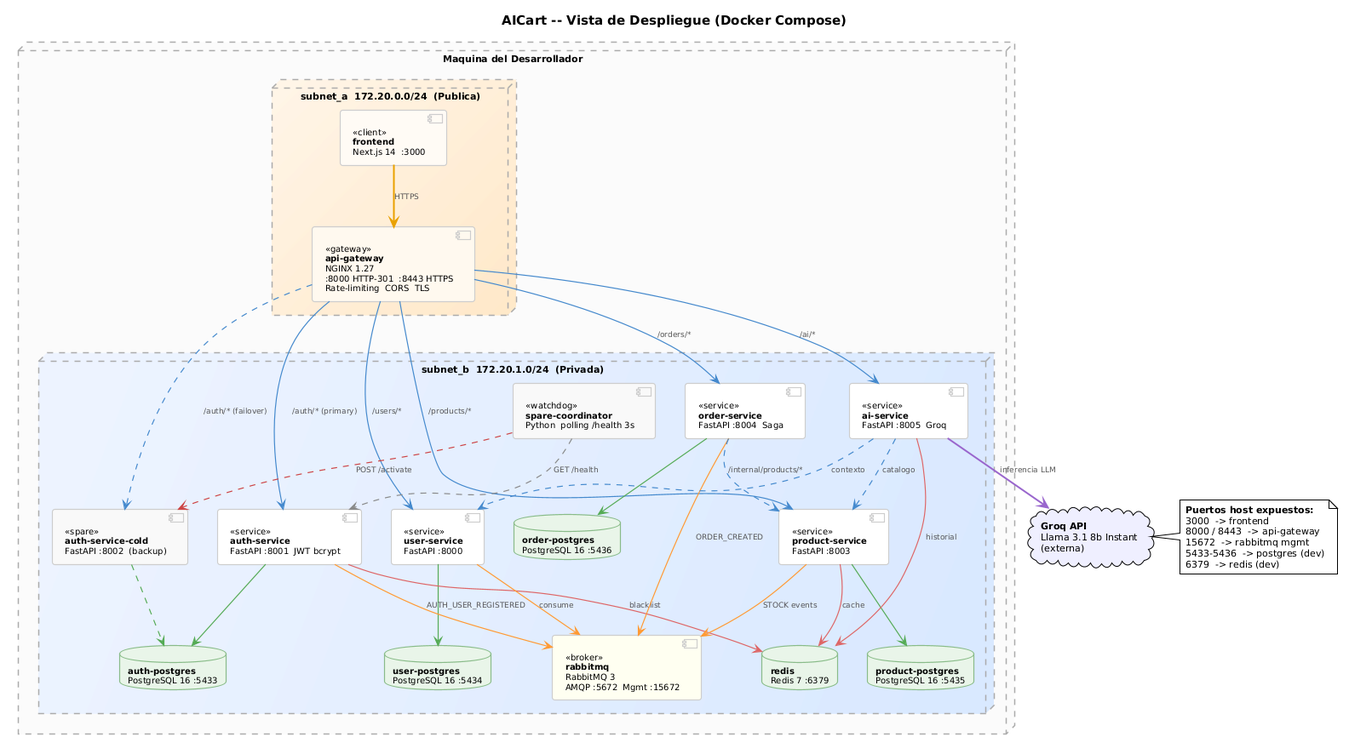
Earlier version of the PlantUML export docs/architecture/Deployment_Current.png (jpastor1649/ecommerce-project).
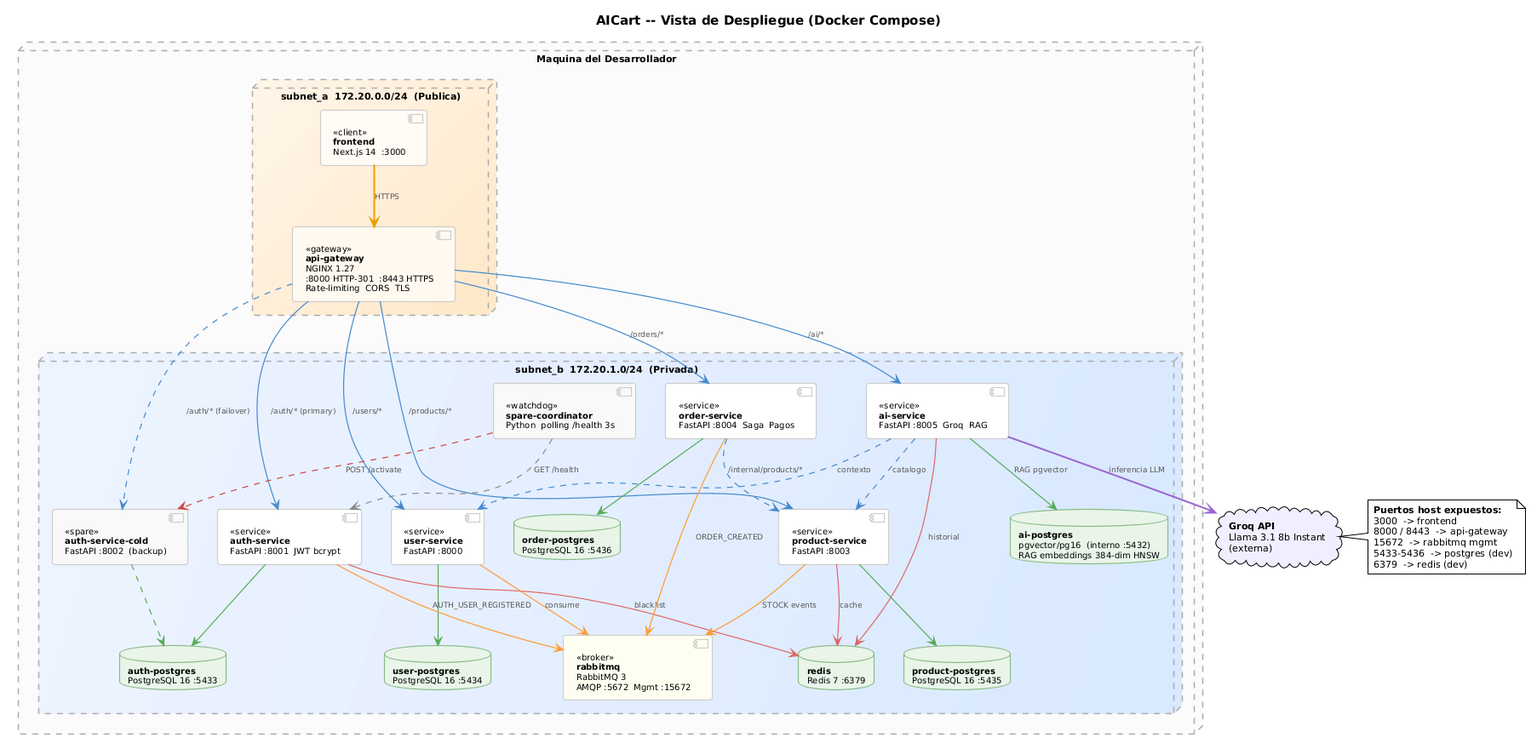
Later version of the same file.

Commit message:
docs: update deployment, decomposition and n-tier diagrams

Diff of the diagram source:
```diff
@@ -48,13 +48,14 @@
     component "<<watchdog>>\n<b>spare-coordinator</b>\nPython  polling /health 3s" as Coord #F8F8F8
     component "<<service>>\n<b>user-service</b>\nFastAPI :8000" as User #FFFFFF
     component "<<service>>\n<b>product-service</b>\nFastAPI :8003" as Prod #FFFFFF
-    component "<<service>>\n<b>order-service</b>\nFastAPI :8004  Saga" as Order #FFFFFF
-    component "<<service>>\n<b>ai-service</b>\nFastAPI :8005  Groq" as AI #FFFFFF
+    component "<<service>>\n<b>order-service</b>\nFastAPI :8004  Saga  Pagos" as Order #FFFFFF
+    component "<<service>>\n<b>ai-service</b>\nFastAPI :8005  Groq  RAG" as AI #FFFFFF
     component "<<broker>>\n<b>rabbitmq</b>\nRabbitMQ 3\nAMQP :5672  Mgmt :15672" as MQ #FFFFF0
     database "<b>auth-postgres</b>\nPostgreSQL 16 :5433" as ADB
     database "<b>user-postgres</b>\nPostgreSQL 16 :5434" as UDB
     database "<b>product-postgres</b>\nPostgreSQL 16 :5435" as PDB
     database "<b>order-postgres</b>\nPostgreSQL 16 :5436" as ODB
+    database "<b>ai-postgres</b>\npgvector/pg16  (interno :5432)\nRAG embeddings 384-dim HNSW" as AIDB
     database "<b>redis</b>\nRedis 7 :6379" as Redis
   }
 }
@@ -87,6 +88,7 @@
 User  -[#55AA55]->  UDB
 Prod  -[#55AA55]->  PDB
 Order -[#55AA55]->  ODB
+AI    -[#55AA55]->  AIDB : RAG pgvector
 
 Auth  -[#DD6666]->  Redis : blacklist
 Prod  -[#DD6666]->  Redis : cache
```
